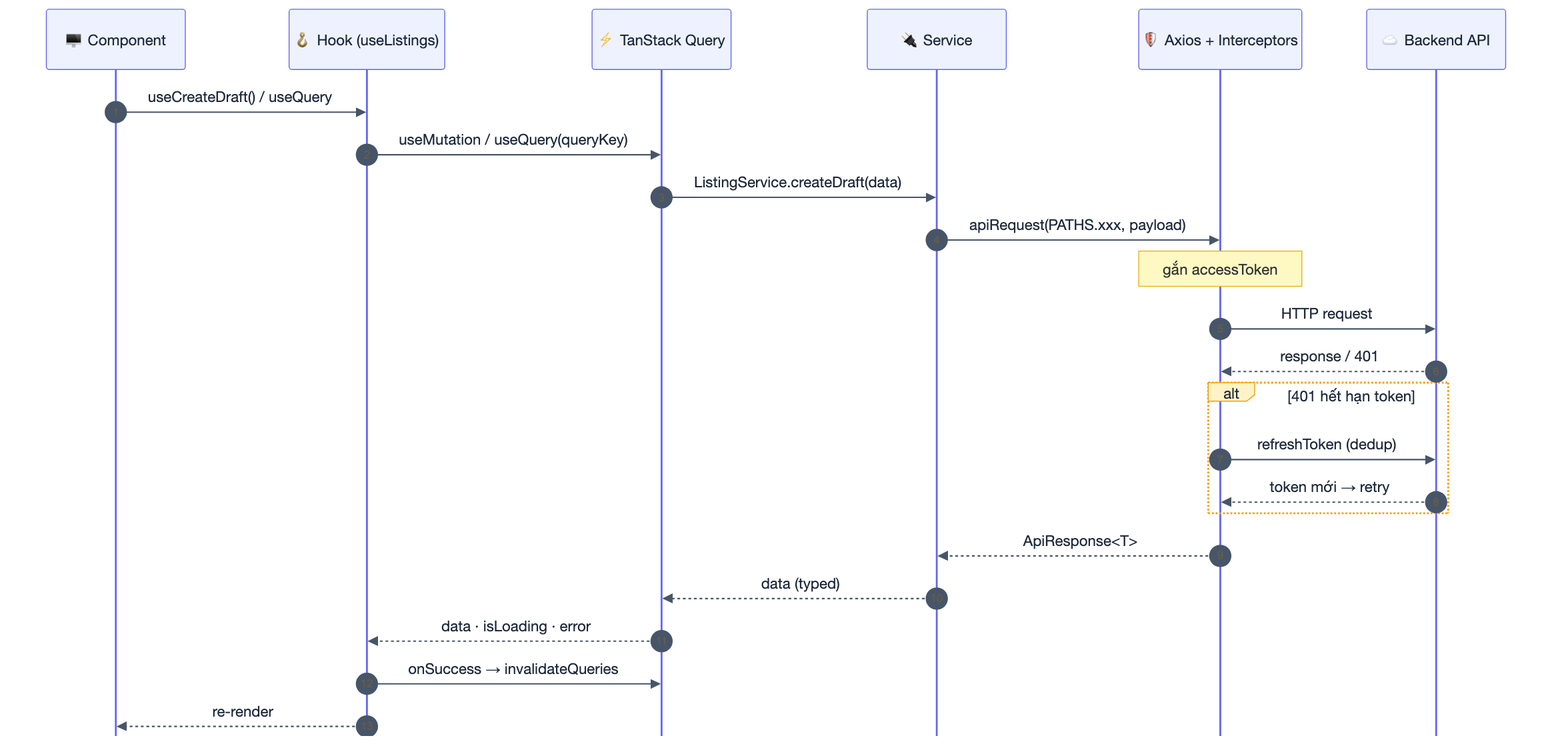
huynhtranty/smartrent-report keeps this Mermaid diagram as diagrams/fe/png/04-data-flow.png. Above is the earlier version. Its source is kept beside it as diagrams/fe/src/04-data-flow.mmd. The source it was exported from:
```mermaid
sequenceDiagram
    autonumber
    participant C as 🖥️ Component
    participant H as 🪝 Hook (useListings)
    participant Q as ⚡ TanStack Query
    participant S as 🔌 Service
    participant AX as 🛡️ Axios + Interceptors
    participant API as ☁️ Backend API
    C->>H: useCreateDraft() / useQuery
    H->>Q: useMutation / useQuery(queryKey)
    Q->>S: ListingService.createDraft(data)
    S->>AX: apiRequest(PATHS.xxx, payload)
    Note over AX: gắn accessToken
    AX->>API: HTTP request
    API-->>AX: response / 401
    alt 401 hết hạn token
        AX->>API: refreshToken (dedup)
        API-->>AX: token mới → retry
    end
    AX-->>S: ApiResponse<T>
    S-->>Q: data (typed)
    Q-->>H: data · isLoading · error
    H->>Q: onSuccess → invalidateQueries
    H-->>C: re-render
```
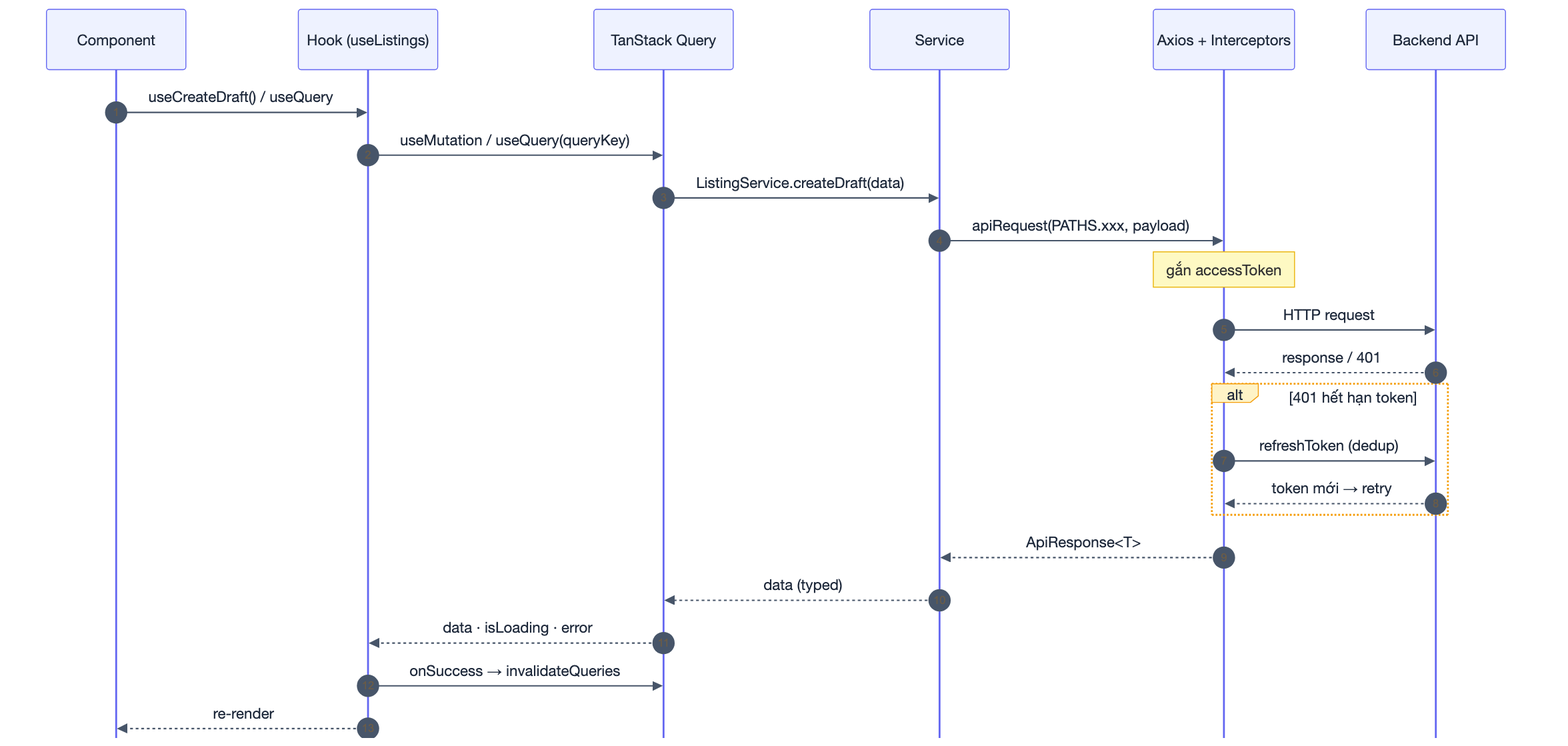
After the change.

Diff of the diagram source:
```diff
@@ -1,24 +1,24 @@
 sequenceDiagram
-    autonumber
-    participant C as 🖥️ Component
-    participant H as 🪝 Hook (useListings)
-    participant Q as ⚡ TanStack Query
-    participant S as 🔌 Service
-    participant AX as 🛡️ Axios + Interceptors
-    participant API as ☁️ Backend API
-    C->>H: useCreateDraft() / useQuery
-    H->>Q: useMutation / useQuery(queryKey)
-    Q->>S: ListingService.createDraft(data)
-    S->>AX: apiRequest(PATHS.xxx, payload)
-    Note over AX: gắn accessToken
-    AX->>API: HTTP request
-    API-->>AX: response / 401
-    alt 401 hết hạn token
-        AX->>API: refreshToken (dedup)
-        API-->>AX: token mới → retry
-    end
-    AX-->>S: ApiResponse<T>
-    S-->>Q: data (typed)
-    Q-->>H: data · isLoading · error
-    H->>Q: onSuccess → invalidateQueries
-    H-->>C: re-render
+ autonumber
+ participant C as Component
+ participant H as Hook (useListings)
+ participant Q as TanStack Query
+ participant S as Service
+ participant AX as Axios + Interceptors
+ participant API as Backend API
+ C->>H: useCreateDraft() / useQuery
+ H->>Q: useMutation / useQuery(queryKey)
+ Q->>S: ListingService.createDraft(data)
+ S->>AX: apiRequest(PATHS.xxx, payload)
+ Note over AX: gắn accessToken
+ AX->>API: HTTP request
+ API-->>AX: response / 401
+ alt 401 hết hạn token
+ AX->>API: refreshToken (dedup)
+ API-->>AX: token mới → retry
+ end
+ AX-->>S: ApiResponse<T>
+ S-->>Q: data (typed)
+ Q-->>H: data · isLoading · error
+ H->>Q: onSuccess → invalidateQueries
+ H-->>C: re-render
```
